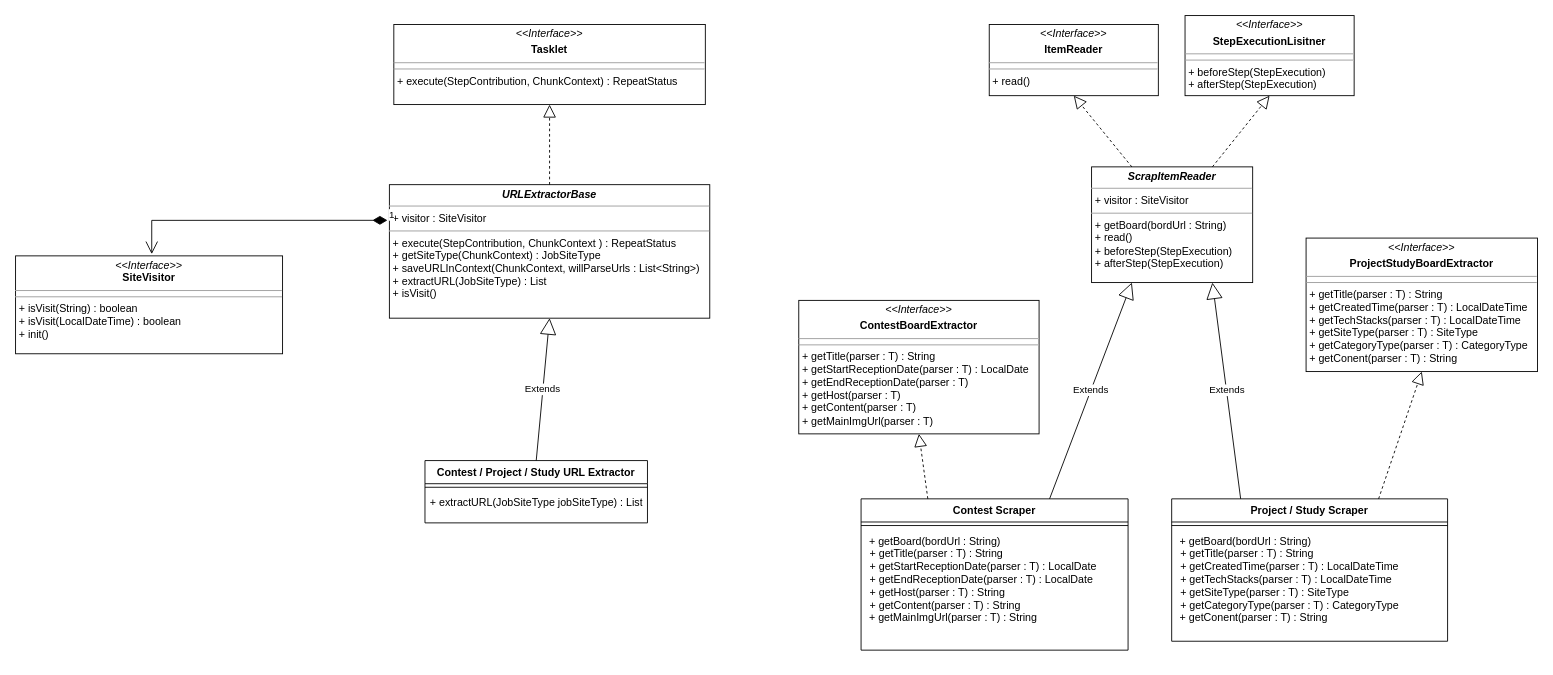
The draw.io diagram overview/scraper 클래스 다이어그램.drawio in Chagok-Integrated-for-DevProject/Chagok-BackEnd-Scraper, before the edit. Source tidied: cells renumbered, new cells numbered last; positions are measured from the earlier drawing's top-left corner, leaving out a move shared by most shapes. Both pictures are drawn from the tidied source at 89%, with x=0, y=0 at pixel (15, 15).
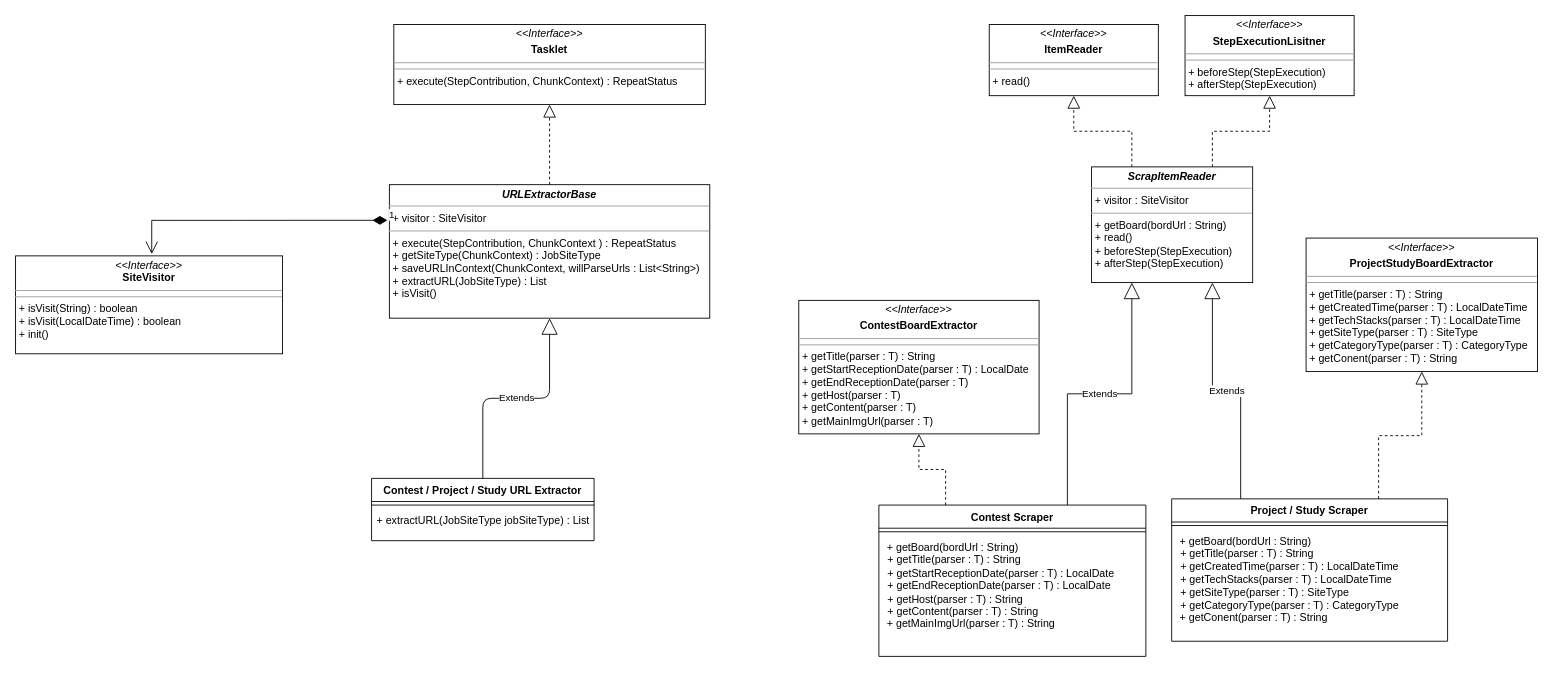
The same page after the edit.

Commit message (it also covers changes not shown here):
Read Me 수정 - 클래스 다이어그램 수정

Unchanged cells that the change refers to:
```xml
<mxCell id="3" value="&lt;p style=&quot;margin:0px;margin-top:4px;text-align:center;&quot;&gt;&lt;b&gt;&lt;i&gt;URLExtractorBase&lt;/i&gt;&lt;/b&gt;&lt;/p&gt;&lt;hr size=&quot;1&quot;&gt;&lt;p style=&quot;margin:0px;margin-left:4px;&quot;&gt;+ visitor : SiteVisitor&lt;br&gt;&lt;/p&gt;&lt;hr size=&quot;1&quot;&gt;&lt;p style=&quot;margin:0px;margin-left:4px;&quot;&gt;+ execute(StepContribution, ChunkContext ) : RepeatStatus&lt;br&gt;&lt;/p&gt;&lt;p style=&quot;margin:0px;margin-left:4px;&quot;&gt;+ getSiteType(ChunkContext) : JobSiteType&lt;br&gt;&lt;/p&gt;&lt;p style=&quot;margin:0px;margin-left:4px;&quot;&gt;+ saveURLInContext(ChunkContext, willParseUrls : List&amp;lt;String&amp;gt;)&lt;br&gt;&lt;/p&gt;&lt;p style=&quot;margin:0px;margin-left:4px;&quot;&gt;+ extractURL(JobSiteType) : List&lt;br&gt;&lt;/p&gt;&lt;p style=&quot;margin:0px;margin-left:4px;&quot;&gt;+ isVisit()&lt;br&gt;&lt;/p&gt;" style="verticalAlign=top;align=left;overflow=fill;fontSize=12;fontFamily=Helvetica;html=1;whiteSpace=wrap;" parent="1" vertex="1">
  <mxGeometry x="420" y="190" width="360" height="150" as="geometry" />
</mxCell>
<mxCell id="6" value="&lt;p style=&quot;margin:0px;margin-top:4px;text-align:center;&quot;&gt;&lt;i&gt;&amp;lt;&amp;lt;Interface&amp;gt;&amp;gt;&lt;/i&gt;&lt;/p&gt;&lt;p style=&quot;margin:0px;margin-top:4px;text-align:center;&quot;&gt;&lt;b&gt;ItemReader&lt;/b&gt;&lt;br&gt;&lt;/p&gt;&lt;hr size=&quot;1&quot;&gt;&lt;hr size=&quot;1&quot;&gt;&lt;p style=&quot;margin:0px;margin-left:4px;&quot;&gt;+ read()&lt;br&gt;&lt;/p&gt;" style="verticalAlign=top;align=left;overflow=fill;fontSize=12;fontFamily=Helvetica;html=1;whiteSpace=wrap;" parent="1" vertex="1">
  <mxGeometry x="1094" y="10" width="190" height="80" as="geometry" />
</mxCell>
<mxCell id="7" value="&lt;p style=&quot;margin:0px;margin-top:4px;text-align:center;&quot;&gt;&lt;b&gt;&lt;i&gt;ScrapItemReader&lt;/i&gt;&lt;/b&gt;&lt;/p&gt;&lt;hr size=&quot;1&quot;&gt;&lt;p style=&quot;margin:0px;margin-left:4px;&quot;&gt;+ visitor : SiteVisitor&lt;br&gt;&lt;/p&gt;&lt;hr size=&quot;1&quot;&gt;&lt;p style=&quot;margin:0px;margin-left:4px;&quot;&gt;+ getBoard(bordUrl : String)&lt;/p&gt;&lt;p style=&quot;margin:0px;margin-left:4px;&quot;&gt;+ read()&lt;/p&gt;&lt;p style=&quot;margin:0px;margin-left:4px;&quot;&gt;+ beforeStep(StepExecution)&lt;/p&gt;&lt;p style=&quot;margin:0px;margin-left:4px;&quot;&gt;+ afterStep(StepExecution)&lt;/p&gt;&lt;p style=&quot;margin:0px;margin-left:4px;&quot;&gt;&lt;/p&gt;" style="verticalAlign=top;align=left;overflow=fill;fontSize=12;fontFamily=Helvetica;html=1;whiteSpace=wrap;" parent="1" vertex="1">
  <mxGeometry x="1209" y="170" width="181" height="130" as="geometry" />
</mxCell>
<mxCell id="8" value="&lt;p style=&quot;margin:0px;margin-top:4px;text-align:center;&quot;&gt;&lt;i&gt;&amp;lt;&amp;lt;Interface&amp;gt;&amp;gt;&lt;/i&gt;&lt;/p&gt;&lt;p style=&quot;margin:0px;margin-top:4px;text-align:center;&quot;&gt;&lt;b&gt;StepExecutionLisitner&lt;/b&gt;&lt;br&gt;&lt;/p&gt;&lt;hr size=&quot;1&quot;&gt;&lt;hr size=&quot;1&quot;&gt;&lt;p style=&quot;margin:0px;margin-left:4px;&quot;&gt;+ beforeStep(StepExecution)&lt;/p&gt;&lt;p style=&quot;margin:0px;margin-left:4px;&quot;&gt;+ afterStep(StepExecution)&lt;/p&gt;&lt;p style=&quot;margin:0px;margin-left:4px;&quot;&gt;&lt;br&gt;&lt;/p&gt;" style="verticalAlign=top;align=left;overflow=fill;fontSize=12;fontFamily=Helvetica;html=1;whiteSpace=wrap;" parent="1" vertex="1">
  <mxGeometry x="1314" width="190" height="90" as="geometry" />
</mxCell>
<mxCell id="11" value="&lt;p style=&quot;margin:0px;margin-top:4px;text-align:center;&quot;&gt;&lt;i&gt;&amp;lt;&amp;lt;Interface&amp;gt;&amp;gt;&lt;/i&gt;&lt;/p&gt;&lt;p style=&quot;margin:0px;margin-top:4px;text-align:center;&quot;&gt;&lt;b&gt;ContestBoardExtractor&lt;/b&gt;&lt;br&gt;&lt;/p&gt;&lt;hr size=&quot;1&quot;&gt;&lt;hr size=&quot;1&quot;&gt;&lt;p style=&quot;margin:0px;margin-left:4px;&quot;&gt;+ getTitle(parser : T) : String&lt;br&gt;&lt;/p&gt;&lt;p style=&quot;margin:0px;margin-left:4px;&quot;&gt;+ getStartReceptionDate(parser : T) : LocalDate&lt;br&gt;&lt;/p&gt;&lt;p style=&quot;margin:0px;margin-left:4px;&quot;&gt;+ getEndReceptionDate(parser : T)&lt;/p&gt;&lt;p style=&quot;margin:0px;margin-left:4px;&quot;&gt;+ getHost(parser : T)&lt;/p&gt;&lt;p style=&quot;margin:0px;margin-left:4px;&quot;&gt;+ getContent(parser : T)&lt;/p&gt;&lt;p style=&quot;margin:0px;margin-left:4px;&quot;&gt;+ getMainImgUrl(parser : T)&lt;br&gt;&lt;/p&gt;" style="verticalAlign=top;align=left;overflow=fill;fontSize=12;fontFamily=Helvetica;html=1;whiteSpace=wrap;" parent="1" vertex="1">
  <mxGeometry x="880" y="320" width="270" height="150" as="geometry" />
</mxCell>
<mxCell id="12" value="&lt;p style=&quot;margin:0px;margin-top:4px;text-align:center;&quot;&gt;&lt;i&gt;&amp;lt;&amp;lt;Interface&amp;gt;&amp;gt;&lt;/i&gt;&lt;/p&gt;&lt;p style=&quot;margin:0px;margin-top:4px;text-align:center;&quot;&gt;&lt;b&gt;ProjectStudyBoardExtractor&lt;/b&gt;&lt;br&gt;&lt;/p&gt;&lt;hr size=&quot;1&quot;&gt;&lt;hr size=&quot;1&quot;&gt;&lt;p style=&quot;margin:0px;margin-left:4px;&quot;&gt;+ getTitle(parser : T) : String&lt;br&gt;&lt;/p&gt;&lt;p style=&quot;margin:0px;margin-left:4px;&quot;&gt;+ getCreatedTime(parser : T) : LocalDateTime&lt;br&gt;&lt;/p&gt;&lt;p style=&quot;margin:0px;margin-left:4px;&quot;&gt;+ getTechStacks(parser : T) : LocalDateTime&lt;/p&gt;&lt;p style=&quot;margin:0px;margin-left:4px;&quot;&gt;+ getSiteType(parser : T) : SiteType&lt;br&gt;&lt;/p&gt;&lt;p style=&quot;margin:0px;margin-left:4px;&quot;&gt;+ getCategoryType(parser : T) : CategoryType&lt;br&gt;&lt;/p&gt;&lt;p style=&quot;margin:0px;margin-left:4px;&quot;&gt;+ getConent(parser : T) : String&lt;br&gt;&lt;/p&gt;" style="verticalAlign=top;align=left;overflow=fill;fontSize=12;fontFamily=Helvetica;html=1;whiteSpace=wrap;" parent="1" vertex="1">
  <mxGeometry x="1450" y="250" width="260" height="150" as="geometry" />
</mxCell>
<mxCell id="16" value="Project / Study Scraper" style="swimlane;fontStyle=1;align=center;verticalAlign=top;horizontal=1;startSize=26;whiteSpace=wrap;html=1;" parent="1" vertex="1">
  <mxGeometry x="1299" y="543" width="310" height="160" as="geometry" />
</mxCell>
```

The edit, as a diff of the source:
```diff
@@
-    <mxCell id="9" style="endArrow=block;dashed=1;endFill=0;endSize=12;html=1;rounded=0;entryX=0.5;entryY=1;entryDx=0;entryDy=0;exitX=0.25;exitY=0;exitDx=0;exitDy=0;" parent="1" edge="1" source="7" target="6">
+    <mxCell id="9" style="endArrow=block;dashed=1;endFill=0;endSize=12;html=1;rounded=0;entryX=0.5;entryY=1;entryDx=0;entryDy=0;exitX=0.25;exitY=0;exitDx=0;exitDy=0;edgeStyle=elbowEdgeStyle;elbow=vertical;" parent="1" edge="1" source="7" target="6">
       <mxGeometry relative="1" as="geometry" />
     </mxCell>
-    <mxCell id="10" style="endArrow=block;dashed=1;endFill=0;endSize=12;html=1;rounded=0;entryX=0.5;entryY=1;entryDx=0;entryDy=0;exitX=0.75;exitY=0;exitDx=0;exitDy=0;" parent="1" edge="1" source="7" target="8">
+    <mxCell id="10" style="endArrow=block;dashed=1;endFill=0;endSize=12;html=1;rounded=0;entryX=0.5;entryY=1;entryDx=0;entryDy=0;exitX=0.75;exitY=0;exitDx=0;exitDy=0;edgeStyle=elbowEdgeStyle;elbow=vertical;" parent="1" edge="1" source="7" target="8">
       <mxGeometry relative="1" as="geometry" />
     </mxCell>
@@
     <mxCell id="13" value="Contest Scraper" style="swimlane;fontStyle=1;align=center;verticalAlign=top;horizontal=1;startSize=26;whiteSpace=wrap;html=1;" parent="1" vertex="1">
-      <mxGeometry x="950" y="543" width="300" height="170" as="geometry" />
+      <mxGeometry x="970" y="550" width="300" height="170" as="geometry" />
     </mxCell>
@@
-    <mxCell id="19" value="Extends" style="endArrow=block;endSize=16;endFill=0;html=1;rounded=0;entryX=0.25;entryY=1;entryDx=0;entryDy=0;exitX=0.706;exitY=0;exitDx=0;exitDy=0;exitPerimeter=0;" parent="1" edge="1" source="13" target="7">
+    <mxCell id="19" value="Extends" style="endArrow=block;endSize=16;endFill=0;html=1;rounded=0;entryX=0.25;entryY=1;entryDx=0;entryDy=0;exitX=0.706;exitY=0;exitDx=0;exitDy=0;exitPerimeter=0;edgeStyle=elbowEdgeStyle;elbow=vertical;" parent="1" edge="1" source="13" target="7">
       <mxGeometry relative="1" as="geometry" />
     </mxCell>
-    <mxCell id="20" value="Extends" style="endArrow=block;endSize=16;endFill=0;html=1;rounded=0;entryX=0.75;entryY=1;entryDx=0;entryDy=0;exitX=0.25;exitY=0;exitDx=0;exitDy=0;" parent="1" edge="1" source="16" target="7">
+    <mxCell id="20" value="Extends" style="endArrow=block;endSize=16;endFill=0;html=1;rounded=0;entryX=0.75;entryY=1;entryDx=0;entryDy=0;exitX=0.25;exitY=0;exitDx=0;exitDy=0;edgeStyle=elbowEdgeStyle;elbow=vertical;" parent="1" edge="1" source="16" target="7">
       <mxGeometry relative="1" as="geometry" />
     </mxCell>
-    <mxCell id="21" style="endArrow=block;dashed=1;endFill=0;endSize=12;html=1;rounded=0;entryX=0.5;entryY=1;entryDx=0;entryDy=0;exitX=0.25;exitY=0;exitDx=0;exitDy=0;" parent="1" edge="1" source="13" target="11">
+    <mxCell id="21" style="endArrow=block;dashed=1;endFill=0;endSize=12;html=1;rounded=0;entryX=0.5;entryY=1;entryDx=0;entryDy=0;exitX=0.25;exitY=0;exitDx=0;exitDy=0;edgeStyle=orthogonalEdgeStyle;" parent="1" edge="1" source="13" target="11">
       <mxGeometry relative="1" as="geometry" />
     </mxCell>
-    <mxCell id="22" style="endArrow=block;dashed=1;endFill=0;endSize=12;html=1;rounded=0;entryX=0.5;entryY=1;entryDx=0;entryDy=0;exitX=0.75;exitY=0;exitDx=0;exitDy=0;" parent="1" edge="1" source="16" target="12">
+    <mxCell id="22" style="endArrow=block;dashed=1;endFill=0;endSize=12;html=1;rounded=0;entryX=0.5;entryY=1;entryDx=0;entryDy=0;exitX=0.75;exitY=0;exitDx=0;exitDy=0;edgeStyle=elbowEdgeStyle;elbow=vertical;" parent="1" edge="1" source="16" target="12">
       <mxGeometry relative="1" as="geometry" />
     </mxCell>
     <mxCell id="23" value="Contest / Project / Study URL Extractor" style="swimlane;fontStyle=1;align=center;verticalAlign=top;horizontal=1;startSize=26;whiteSpace=wrap;html=1;" parent="1" vertex="1">
-      <mxGeometry x="460" y="500" width="250" height="70" as="geometry" />
+      <mxGeometry x="400" y="520" width="250" height="70" as="geometry" />
     </mxCell>
@@
-    <mxCell id="26" value="Extends" style="endArrow=block;endSize=16;endFill=0;html=1;rounded=0;entryX=0.5;entryY=1;entryDx=0;entryDy=0;exitX=0.5;exitY=0;exitDx=0;exitDy=0;" parent="1" edge="1" source="23" target="3">
+    <mxCell id="26" value="Extends" style="endArrow=block;endSize=16;endFill=0;html=1;entryX=0.5;entryY=1;entryDx=0;entryDy=0;exitX=0.5;exitY=0;exitDx=0;exitDy=0;edgeStyle=orthogonalEdgeStyle;" parent="1" edge="1" source="23" target="3">
       <mxGeometry relative="1" as="geometry" />
     </mxCell>
```
